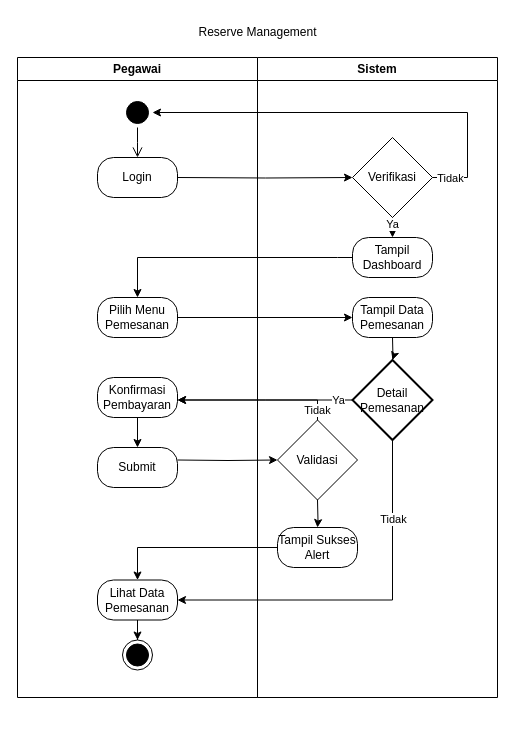
Before: Activity Diagram Pegawai.drawio in wepro-v/asset, a draw.io diagram. Source tidied: cells renumbered, new cells numbered last; positions are measured from the earlier drawing's top-left corner, leaving out a move shared by most shapes. Both pictures are drawn from the tidied source at 100%, with x=0, y=0 at pixel (17, 17).
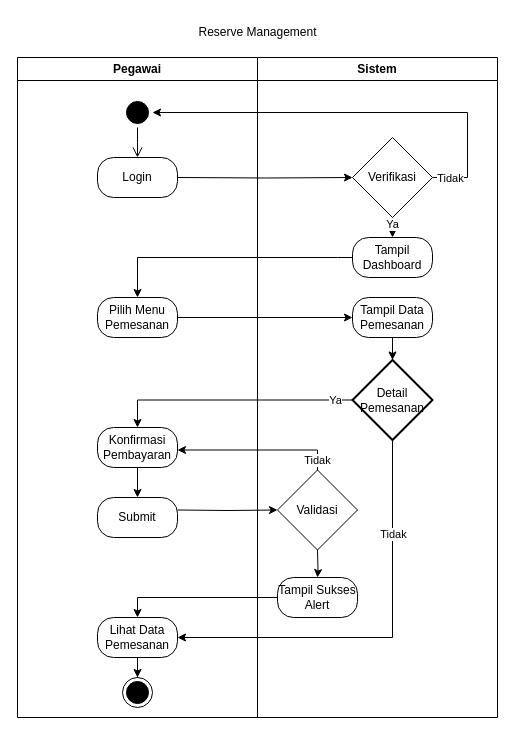
Above is the later version.

Unchanged cells that the change refers to:
```xml
<mxCell id="13" value="Detail Pemesanan" style="strokeWidth=2;html=1;shape=mxgraph.flowchart.decision;whiteSpace=wrap;" parent="11" vertex="1">
  <mxGeometry x="95" y="302.5" width="80" height="80" as="geometry" />
</mxCell>
<mxCell id="18" value="Tampil Data Pemesanan" style="rounded=1;whiteSpace=wrap;html=1;arcSize=40;fontColor=#000000;fillColor=#FFFFFF;strokeColor=#000000;" parent="11" vertex="1">
  <mxGeometry x="95" y="240" width="80" height="40" as="geometry" />
</mxCell>
```

Change to the diagram source:
```diff
@@
     <mxCell id="2" value="Pegawai" style="swimlane;whiteSpace=wrap;" parent="1" vertex="1">
-      <mxGeometry y="40" width="240" height="640" as="geometry" />
+      <mxGeometry y="40" width="240" height="660" as="geometry" />
     </mxCell>
@@
     <mxCell id="9" value="Konfirmasi Pembayaran" style="rounded=1;whiteSpace=wrap;html=1;arcSize=40;fontColor=#000000;fillColor=#FFFFFF;strokeColor=#000000;" parent="2" vertex="1">
-      <mxGeometry x="80" y="320" width="80" height="40" as="geometry" />
+      <mxGeometry x="80" y="370" width="80" height="40" as="geometry" />
     </mxCell>
     <mxCell id="10" value="Submit" style="rounded=1;whiteSpace=wrap;html=1;arcSize=40;fontColor=#000000;fillColor=#FFFFFF;strokeColor=#000000;" parent="2" vertex="1">
-      <mxGeometry x="80" y="390" width="80" height="40" as="geometry" />
+      <mxGeometry x="80" y="440" width="80" height="40" as="geometry" />
     </mxCell>
+    <mxCell id="19" value="Lihat Data Pemesanan" style="rounded=1;whiteSpace=wrap;html=1;arcSize=40;fontColor=#000000;fillColor=#FFFFFF;strokeColor=#000000;" parent="2" vertex="1">
+      <mxGeometry x="80" y="560" width="80" height="40" as="geometry" />
+    </mxCell>
+    <mxCell id="20" style="ellipse;shape=endState;fillColor=#000000;strokeColor=#000000;" parent="2" vertex="1">
+      <mxGeometry x="105" y="620" width="30" height="30" as="geometry" />
+    </mxCell>
+    <mxCell id="26" style="edgeStyle=orthogonalEdgeStyle;rounded=0;jettySize=auto;html=1;" parent="2" edge="1" source="19" target="20">
+      <mxGeometry relative="1" as="geometry" />
+    </mxCell>
     <mxCell id="11" value="Sistem" style="swimlane;whiteSpace=wrap;startSize=23;" parent="1" vertex="1">
-      <mxGeometry x="240" y="40" width="240" height="640" as="geometry" />
+      <mxGeometry x="240" y="40" width="240" height="660" as="geometry" />
     </mxCell>
@@
-    <mxCell id="14" style="edgeStyle=orthogonalEdgeStyle;rounded=0;jettySize=auto;html=1;" parent="11" edge="1" target="13">
-      <mxGeometry relative="1" as="geometry">
-        <mxPoint x="135" y="280" as="sourcePoint" />
-      </mxGeometry>
-    </mxCell>
@@
     <mxCell id="16" value="Validasi" style="rhombus;whiteSpace=wrap;html=1;" parent="11" vertex="1">
-      <mxGeometry x="20" y="362.5" width="80" height="80" as="geometry" />
+      <mxGeometry x="20" y="412.5" width="80" height="80" as="geometry" />
     </mxCell>
@@
+    <mxCell id="37" style="edgeStyle=orthogonalEdgeStyle;rounded=0;jettySize=auto;html=1;" parent="11" edge="1" source="18" target="13">
+      <mxGeometry relative="1" as="geometry" />
+    </mxCell>
@@
-    <mxCell id="19" value="Lihat Data Pemesanan" style="rounded=1;whiteSpace=wrap;html=1;arcSize=40;fontColor=#000000;fillColor=#FFFFFF;strokeColor=#000000;" parent="11" vertex="1">
-      <mxGeometry x="-160" y="522.5" width="80" height="40" as="geometry" />
-    </mxCell>
-    <mxCell id="20" style="ellipse;shape=endState;fillColor=#000000;strokeColor=#000000;" parent="11" vertex="1">
-      <mxGeometry x="-135" y="582.5" width="30" height="30" as="geometry" />
-    </mxCell>
-    <mxCell id="21" style="edgeStyle=orthogonalEdgeStyle;rounded=0;orthogonalLoop=1;jettySize=auto;html=1;" parent="11" edge="1">
+    <mxCell id="21" style="edgeStyle=orthogonalEdgeStyle;rounded=0;jettySize=auto;html=1;entryX=1;entryY=0.5;entryDx=0;entryDy=0;" parent="11" edge="1" target="19">
       <mxGeometry relative="1" as="geometry">
         <mxPoint x="135" y="382.5" as="sourcePoint" />
-        <mxPoint x="-80" y="542.5" as="targetPoint" />
         <Array as="points">
-          <mxPoint x="135" y="542.5" />
+          <mxPoint x="135" y="580" />
         </Array>
       </mxGeometry>
     </mxCell>
@@
     <mxCell id="23" style="edgeStyle=orthogonalEdgeStyle;rounded=0;jettySize=auto;html=1;" parent="11" edge="1" target="24">
       <mxGeometry relative="1" as="geometry">
-        <mxPoint x="60" y="442.5" as="sourcePoint" />
+        <mxPoint x="60" y="492.5" as="sourcePoint" />
       </mxGeometry>
     </mxCell>
     <mxCell id="24" value="Tampil Sukses Alert" style="rounded=1;whiteSpace=wrap;html=1;arcSize=40;fontColor=#000000;fillColor=#FFFFFF;strokeColor=#000000;" parent="11" vertex="1">
-      <mxGeometry x="20" y="470" width="80" height="40" as="geometry" />
+      <mxGeometry x="20" y="520" width="80" height="40" as="geometry" />
     </mxCell>
-    <mxCell id="25" style="edgeStyle=orthogonalEdgeStyle;rounded=0;jettySize=auto;html=1;exitX=0;exitY=0.5;exitDx=0;exitDy=0;entryX=0.5;entryY=0;entryDx=0;entryDy=0;" parent="11" edge="1" source="24" target="19">
-      <mxGeometry relative="1" as="geometry" />
-    </mxCell>
-    <mxCell id="26" style="edgeStyle=orthogonalEdgeStyle;rounded=0;jettySize=auto;html=1;" parent="11" edge="1" source="19" target="20">
-      <mxGeometry relative="1" as="geometry" />
-    </mxCell>
@@
-    <mxCell id="33" style="edgeStyle=orthogonalEdgeStyle;rounded=0;jettySize=auto;html=1;entryX=1;entryY=0.5;entryDx=0;entryDy=0;" parent="1" edge="1" source="13">
-      <mxGeometry relative="1" as="geometry">
-        <mxPoint x="160" y="382.5" as="targetPoint" />
-      </mxGeometry>
+    <mxCell id="33" style="edgeStyle=orthogonalEdgeStyle;rounded=0;jettySize=auto;html=1;entryX=0.5;entryY=0;entryDx=0;entryDy=0;exitX=0;exitY=0.5;exitDx=0;exitDy=0;exitPerimeter=0;" parent="1" edge="1" source="13" target="9">
+      <mxGeometry relative="1" as="geometry" />
     </mxCell>
@@
     <mxCell id="35" style="edgeStyle=orthogonalEdgeStyle;rounded=0;jettySize=auto;html=1;" parent="1" edge="1" target="16">
       <mxGeometry relative="1" as="geometry">
-        <mxPoint x="160" y="442.5" as="sourcePoint" />
+        <mxPoint x="160" y="492.5" as="sourcePoint" />
       </mxGeometry>
     </mxCell>
     <mxCell id="36" value="Tidak" style="edgeStyle=orthogonalEdgeStyle;rounded=0;jettySize=auto;html=1;endArrow=classic;endFill=1;strokeColor=default;endSize=6;startSize=6;jumpSize=6;entryX=1;entryY=0.5;entryDx=0;entryDy=0;" parent="1" edge="1" source="16">
       <mxGeometry x="-0.87" relative="1" as="geometry">
-        <mxPoint x="160" y="382.5" as="targetPoint" />
+        <mxPoint x="160" y="432.5" as="targetPoint" />
         <Array as="points">
-          <mxPoint x="300" y="383" />
-          <mxPoint x="160" y="383" />
+          <mxPoint x="300" y="433" />
+          <mxPoint x="160" y="433" />
         </Array>
       </mxGeometry>
     </mxCell>
+    <mxCell id="25" style="edgeStyle=orthogonalEdgeStyle;rounded=0;jettySize=auto;html=1;exitX=0;exitY=0.5;exitDx=0;exitDy=0;entryX=0.5;entryY=0;entryDx=0;entryDy=0;" parent="1" edge="1" source="24" target="19">
+      <mxGeometry relative="1" as="geometry" />
+    </mxCell>
```
